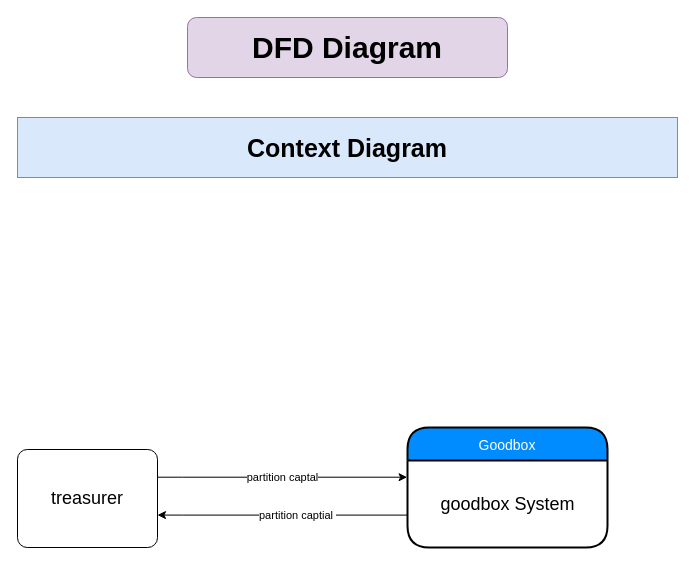
Above: page "Page-2" (2 of 3) of Untitled Diagram.drawio in michaelwagih199/Benevolent (draw.io), before the change. Source tidied: cells renumbered, new cells numbered last; positions are measured from the earlier drawing's top-left corner, leaving out a move shared by most shapes. Both pictures are drawn from the tidied source at 100%, with x=0, y=0 at pixel (17, 17).
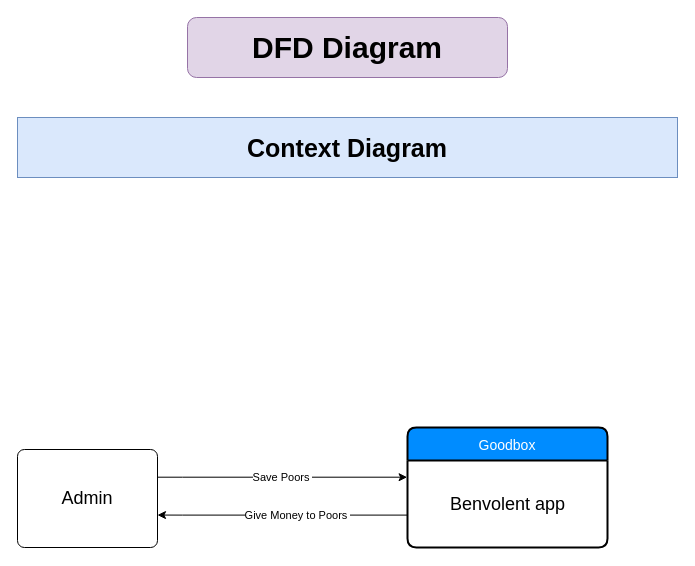
The same page after the edit.

Change to the diagram source:
```diff
@@
 <mxGraphModel>
   <root>
     <mxCell id="0" />
     <mxCell id="1" parent="0" />
     <mxCell id="2" value="&lt;font size=&quot;1&quot;&gt;&lt;b style=&quot;font-size: 30px&quot;&gt;DFD Diagram&lt;/b&gt;&lt;/font&gt;" style="rounded=1;whiteSpace=wrap;html=1;fillColor=#e1d5e7;strokeColor=#9673a6;" parent="1" vertex="1">
       <mxGeometry x="170" width="320" height="60" as="geometry" />
     </mxCell>
     <mxCell id="3" value="&lt;font size=&quot;1&quot;&gt;&lt;b style=&quot;font-size: 25px&quot;&gt;Context Diagram&lt;/b&gt;&lt;/font&gt;" style="rounded=1;whiteSpace=wrap;html=1;fillColor=#dae8fc;strokeColor=#6c8ebf;arcSize=0;" parent="1" vertex="1">
       <mxGeometry y="100" width="660" height="60" as="geometry" />
     </mxCell>
-    <mxCell id="4" value="partition captal" style="edgeStyle=orthogonalEdgeStyle;rounded=0;jettySize=auto;html=1;entryX=-0.002;entryY=0.192;entryDx=0;entryDy=0;entryPerimeter=0;" parent="1" edge="1" source="5" target="8">
+    <mxCell id="4" value="Save Poors&amp;nbsp;" style="edgeStyle=orthogonalEdgeStyle;rounded=0;jettySize=auto;html=1;entryX=-0.002;entryY=0.192;entryDx=0;entryDy=0;entryPerimeter=0;" parent="1" edge="1" source="5" target="8">
       <mxGeometry relative="1" as="geometry">
         <Array as="points">
           <mxPoint x="165" y="460" />
         </Array>
       </mxGeometry>
     </mxCell>
-    <mxCell id="5" value="&lt;span style=&quot;font-size: 18px&quot;&gt;treasurer&lt;/span&gt;" style="rounded=1;arcSize=10;whiteSpace=wrap;html=1;align=center;" parent="1" vertex="1">
+    <mxCell id="5" value="&lt;span style=&quot;font-size: 18px&quot;&gt;Admin&lt;/span&gt;" style="rounded=1;arcSize=7;whiteSpace=wrap;html=1;align=center;" parent="1" vertex="1">
       <mxGeometry y="432" width="140" height="98" as="geometry" />
     </mxCell>
-    <mxCell id="6" value="partition captial&amp;nbsp;" style="edgeStyle=orthogonalEdgeStyle;rounded=0;jettySize=auto;html=1;entryX=1;entryY=0.669;entryDx=0;entryDy=0;entryPerimeter=0;" parent="1" edge="1" source="8" target="5">
+    <mxCell id="6" value="Give Money to Poors&amp;nbsp;" style="edgeStyle=orthogonalEdgeStyle;rounded=0;jettySize=auto;html=1;entryX=1;entryY=0.669;entryDx=0;entryDy=0;entryPerimeter=0;" parent="1" edge="1" source="8" target="5">
       <mxGeometry x="0.8" y="-115" relative="1" as="geometry">
         <Array as="points">
           <mxPoint x="165" y="498" />
         </Array>
         <mxPoint x="115" y="115" as="offset" />
       </mxGeometry>
     </mxCell>
-    <mxCell id="7" value="Goodbox" style="swimlane;horizontal=1;startSize=33;fillColor=#008cff;fontColor=#FFFFFF;rounded=1;fontSize=14;fontStyle=0;strokeWidth=2;shadow=0;dashed=0;align=center;arcSize=22;" parent="1" vertex="1">
+    <mxCell id="7" value="Goodbox" style="swimlane;horizontal=1;startSize=33;fillColor=#008cff;fontColor=#FFFFFF;rounded=1;fontSize=14;fontStyle=0;strokeWidth=2;shadow=0;dashed=0;align=center;arcSize=9;" parent="1" vertex="1">
       <mxGeometry x="390" y="410" width="200" height="120" as="geometry" />
     </mxCell>
-    <mxCell id="8" value="&lt;span style=&quot;background-color: rgb(255 , 255 , 255)&quot;&gt;&lt;font style=&quot;font-size: 18px&quot;&gt;goodbox System&lt;/font&gt;&lt;/span&gt;" style="text;html=1;align=center;verticalAlign=middle;points=[];" parent="7" vertex="1">
+    <mxCell id="8" value="&lt;span style=&quot;background-color: rgb(255 , 255 , 255)&quot;&gt;&lt;font style=&quot;font-size: 18px&quot;&gt;Benvolent app&lt;/font&gt;&lt;/span&gt;" style="text;html=1;align=center;verticalAlign=middle;points=[];" parent="7" vertex="1">
       <mxGeometry y="33" width="200" height="87" as="geometry" />
     </mxCell>
   </root>
 </mxGraphModel>
```
